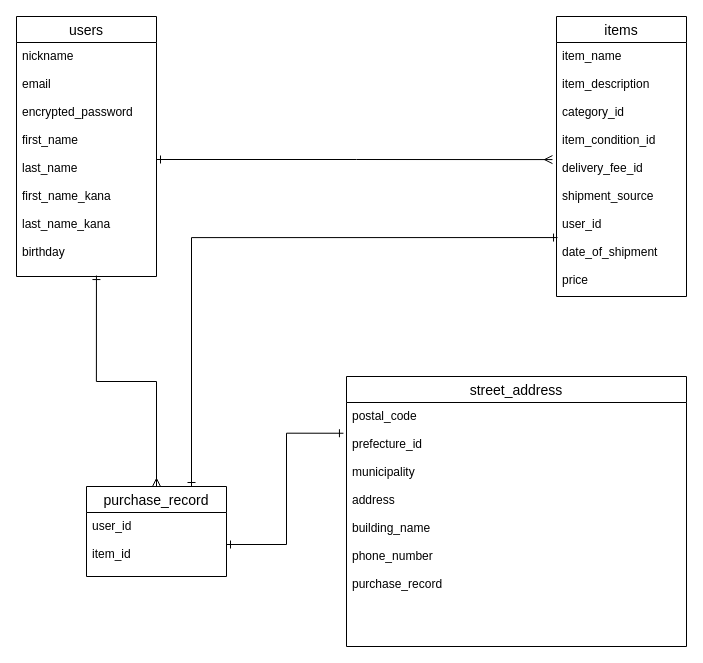
shuta0417/furima-31790 keeps this draw.io diagram as config/furima.dio. Above is the earlier version. Source tidied: cells renumbered, new cells numbered last; positions are measured from the earlier drawing's top-left corner, leaving out a move shared by most shapes. Both pictures are drawn from the tidied source at 100%, with x=0, y=0 at pixel (16, 16).
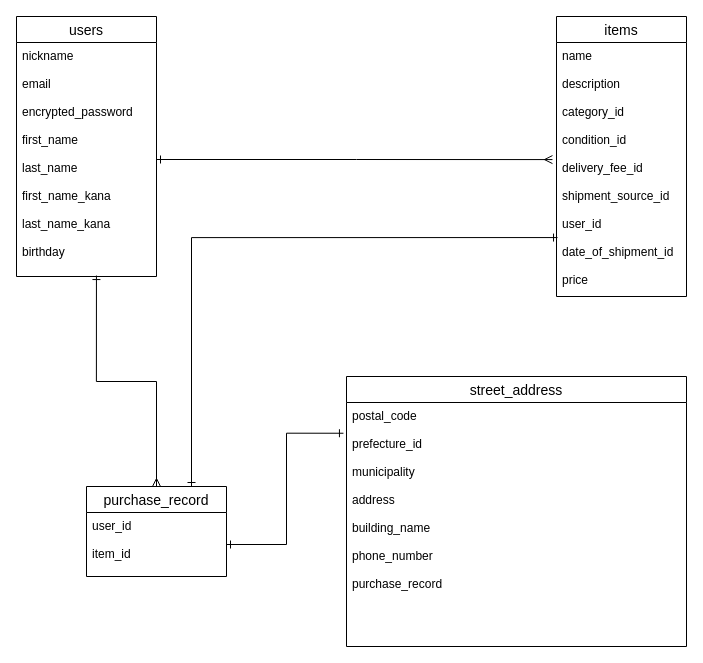
The same diagram, later.

The edit, as a diff of the source:
```diff
@@
 <mxGraphModel>
   <root>
     <mxCell id="0" />
     <mxCell id="1" parent="0" />
     <mxCell id="2" value="items" style="swimlane;fontStyle=0;horizontal=1;startSize=26;align=center;fontSize=14;" parent="1" vertex="1">
       <mxGeometry x="540" width="130" height="280" as="geometry" />
     </mxCell>
-    <mxCell id="3" value="item_name &#10;&#10;item_description&#10; &#10;category_id&#10; &#10;item_condition_id&#10; &#10;delivery_fee_id&#10; &#10;shipment_source&#10; &#10;user_id&#10; &#10;date_of_shipment&#10; &#10;price" style="text;strokeColor=none;fillColor=none;spacingLeft=4;spacingRight=4;overflow=hidden;points=[[0,0.5],[1,0.5]];portConstraint=eastwest;fontSize=12;" parent="2" vertex="1">
+    <mxCell id="3" value="name &#10;&#10;description&#10; &#10;category_id&#10; &#10;condition_id&#10; &#10;delivery_fee_id&#10; &#10;shipment_source_id&#10; &#10;user_id&#10; &#10;date_of_shipment_id&#10; &#10;price" style="text;strokeColor=none;fillColor=none;spacingLeft=4;spacingRight=4;overflow=hidden;points=[[0,0.5],[1,0.5]];portConstraint=eastwest;fontSize=12;" parent="2" vertex="1">
       <mxGeometry y="26" width="130" height="254" as="geometry" />
     </mxCell>
     <mxCell id="4" value="users" style="swimlane;fontStyle=0;horizontal=1;startSize=26;align=center;fontSize=14;" parent="1" vertex="1">
       <mxGeometry width="140" height="260" as="geometry" />
     </mxCell>
     <mxCell id="5" value="nickname &#10;&#10;email&#10;&#10;encrypted_password&#10;&#10;first_name &#10;&#10;last_name &#10;&#10;first_name_kana &#10;&#10;last_name_kana &#10;&#10;birthday " style="text;strokeColor=none;fillColor=none;spacingLeft=4;spacingRight=4;overflow=hidden;points=[[0,0.5],[1,0.5]];portConstraint=eastwest;fontSize=12;" parent="4" vertex="1">
       <mxGeometry y="26" width="140" height="234" as="geometry" />
     </mxCell>
     <mxCell id="6" style="edgeStyle=orthogonalEdgeStyle;rounded=0;jettySize=auto;html=1;exitX=0.5;exitY=0;exitDx=0;exitDy=0;entryX=0.571;entryY=0.996;entryDx=0;entryDy=0;entryPerimeter=0;startArrow=ERmany;startFill=0;endArrow=ERone;endFill=0;" parent="1" edge="1" source="9" target="5">
       <mxGeometry relative="1" as="geometry" />
     </mxCell>
     <mxCell id="7" style="edgeStyle=orthogonalEdgeStyle;rounded=0;jettySize=auto;html=1;entryX=-0.031;entryY=0.461;entryDx=0;entryDy=0;entryPerimeter=0;startArrow=ERone;startFill=0;endArrow=ERmany;endFill=0;" parent="1" edge="1" source="5" target="3">
       <mxGeometry relative="1" as="geometry" />
     </mxCell>
     <mxCell id="8" style="edgeStyle=orthogonalEdgeStyle;rounded=0;jettySize=auto;html=1;exitX=0.75;exitY=0;exitDx=0;exitDy=0;entryX=0.008;entryY=0.768;entryDx=0;entryDy=0;entryPerimeter=0;startArrow=ERone;startFill=0;endArrow=ERone;endFill=0;" parent="1" edge="1" source="9" target="3">
       <mxGeometry relative="1" as="geometry" />
     </mxCell>
     <mxCell id="9" value="purchase_record" style="swimlane;fontStyle=0;horizontal=1;startSize=26;align=center;fontSize=14;" parent="1" vertex="1">
       <mxGeometry x="70" y="470" width="140" height="90" as="geometry" />
     </mxCell>
     <mxCell id="10" value="user_id&#10;&#10;item_id " style="text;strokeColor=none;fillColor=none;spacingLeft=4;spacingRight=4;overflow=hidden;points=[[0,0.5],[1,0.5]];portConstraint=eastwest;fontSize=12;" parent="9" vertex="1">
       <mxGeometry y="26" width="140" height="64" as="geometry" />
     </mxCell>
     <mxCell id="11" style="edgeStyle=orthogonalEdgeStyle;rounded=0;jettySize=auto;html=1;exitX=1;exitY=0.5;exitDx=0;exitDy=0;entryX=-0.009;entryY=0.126;entryDx=0;entryDy=0;entryPerimeter=0;startArrow=ERone;startFill=0;endArrow=ERone;endFill=0;" parent="1" edge="1" source="10" target="13">
       <mxGeometry relative="1" as="geometry" />
     </mxCell>
     <mxCell id="12" value="street_address" style="swimlane;fontStyle=0;horizontal=1;startSize=26;align=center;fontSize=14;" parent="1" vertex="1">
       <mxGeometry x="330" y="360" width="340" height="270" as="geometry" />
     </mxCell>
     <mxCell id="13" value="postal_code&#10;&#10;prefecture_id&#10;&#10;municipality&#10; &#10;address &#10;&#10;building_name &#10;&#10;phone_number&#10;&#10;purchase_record" style="text;strokeColor=none;fillColor=none;spacingLeft=4;spacingRight=4;overflow=hidden;points=[[0,0.5],[1,0.5]];portConstraint=eastwest;fontSize=12;" parent="12" vertex="1">
       <mxGeometry y="26" width="340" height="244" as="geometry" />
     </mxCell>
   </root>
 </mxGraphModel>
```
